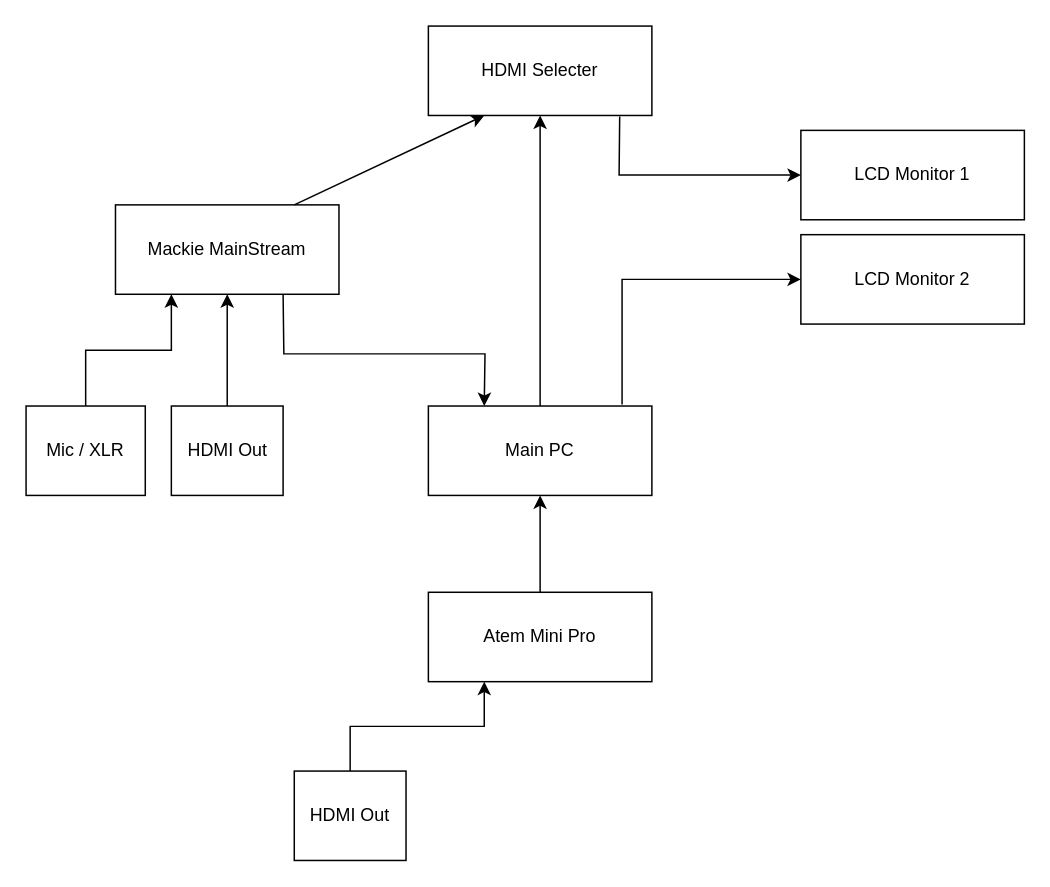
This is streaming_setting.drawio from hirofumihida/drowio-home, a draw.io file, before an edit. Source tidied: cells renumbered, new cells numbered last; positions are measured from the earlier drawing's top-left corner, leaving out a move shared by most shapes. Both pictures are drawn from the tidied source at 149%, with x=0, y=0 at pixel (25, 25).
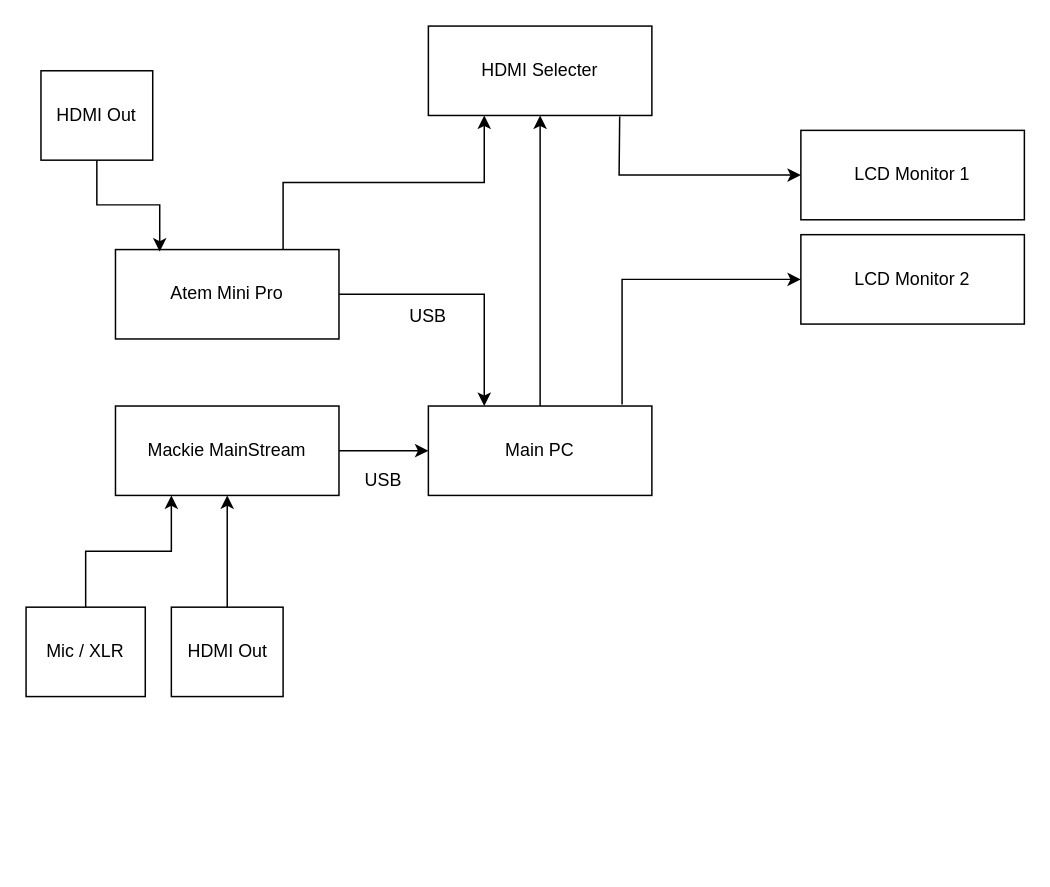
The same diagram, later.

The change refers to these unchanged cells:
```xml
<mxCell id="7" value="HDMI Selecter" style="rounded=0;whiteSpace=wrap;html=1;" parent="1" vertex="1">
  <mxGeometry x="270" width="150" height="60" as="geometry" />
</mxCell>
<mxCell id="11" value="Main PC" style="rounded=0;whiteSpace=wrap;html=1;" parent="1" vertex="1">
  <mxGeometry x="270" y="255" width="150" height="60" as="geometry" />
</mxCell>
```

Change to the diagram source:
```diff
@@
     <mxCell id="2" value="Mackie MainStream" style="rounded=0;whiteSpace=wrap;html=1;" parent="1" vertex="1">
-      <mxGeometry x="60" y="120" width="150" height="60" as="geometry" />
+      <mxGeometry x="60" y="255" width="150" height="60" as="geometry" />
     </mxCell>
@@
     <mxCell id="4" value="Mic / XLR" style="rounded=0;whiteSpace=wrap;html=1;" parent="1" vertex="1">
-      <mxGeometry y="255" width="80" height="60" as="geometry" />
+      <mxGeometry y="390" width="80" height="60" as="geometry" />
     </mxCell>
     <mxCell id="5" value="HDMI Out" style="rounded=0;whiteSpace=wrap;html=1;" parent="1" vertex="1">
-      <mxGeometry x="97.5" y="255" width="75" height="60" as="geometry" />
+      <mxGeometry x="97.5" y="390" width="75" height="60" as="geometry" />
     </mxCell>
@@
-    <mxCell id="8" style="endArrow=classic;html=1;rounded=0;entryX=0.25;entryY=1;entryDx=0;entryDy=0;" parent="1" edge="1" target="7">
-      <mxGeometry relative="1" as="geometry">
-        <mxPoint x="180" y="120" as="sourcePoint" />
-      </mxGeometry>
+    <mxCell id="8" style="endArrow=classic;html=1;rounded=0;entryX=0.25;entryY=1;entryDx=0;entryDy=0;exitX=0.75;exitY=0;exitDx=0;exitDy=0;edgeStyle=orthogonalEdgeStyle;" parent="1" edge="1" source="16" target="7">
+      <mxGeometry relative="1" as="geometry" />
     </mxCell>
@@
-    <mxCell id="13" style="endArrow=classic;html=1;rounded=0;exitX=0.75;exitY=1;exitDx=0;exitDy=0;entryX=0.25;entryY=0;entryDx=0;entryDy=0;" parent="1" edge="1" source="2" target="11">
-      <mxGeometry relative="1" as="geometry">
-        <Array as="points">
-          <mxPoint x="173" y="220" />
-          <mxPoint x="308" y="220" />
-        </Array>
-      </mxGeometry>
-    </mxCell>
@@
     <mxCell id="16" value="Atem Mini Pro" style="rounded=0;whiteSpace=wrap;html=1;" parent="1" vertex="1">
-      <mxGeometry x="270" y="380" width="150" height="60" as="geometry" />
+      <mxGeometry x="60" y="150" width="150" height="60" as="geometry" />
     </mxCell>
-    <mxCell id="17" style="edgeStyle=orthogonalEdgeStyle;rounded=0;jettySize=auto;html=1;entryX=0.25;entryY=1;entryDx=0;entryDy=0;exitX=0.5;exitY=0;exitDx=0;exitDy=0;" parent="1" edge="1" source="18" target="16">
+    <mxCell id="17" style="edgeStyle=orthogonalEdgeStyle;rounded=0;jettySize=auto;html=1;exitX=0.5;exitY=1;exitDx=0;exitDy=0;entryX=0.198;entryY=0.022;entryDx=0;entryDy=0;entryPerimeter=0;" parent="1" edge="1" source="18" target="16">
       <mxGeometry relative="1" as="geometry" />
     </mxCell>
     <mxCell id="18" value="HDMI Out" style="rounded=0;whiteSpace=wrap;html=1;" parent="1" vertex="1">
-      <mxGeometry x="180" y="500" width="75" height="60" as="geometry" />
+      <mxGeometry x="10" y="30" width="75" height="60" as="geometry" />
     </mxCell>
-    <mxCell id="19" style="endArrow=classic;html=1;rounded=0;entryX=0.5;entryY=1;entryDx=0;entryDy=0;exitX=0.5;exitY=0;exitDx=0;exitDy=0;" parent="1" edge="1" source="16" target="11">
+    <mxCell id="19" style="endArrow=classic;html=1;rounded=0;entryX=0.25;entryY=0;entryDx=0;entryDy=0;exitX=1;exitY=0.5;exitDx=0;exitDy=0;edgeStyle=orthogonalEdgeStyle;" parent="1" edge="1" source="16" target="11">
       <mxGeometry relative="1" as="geometry" />
     </mxCell>
+    <mxCell id="20" value="USB" style="text;html=1;align=center;verticalAlign=middle;whiteSpace=wrap;rounded=0;" parent="1" vertex="1">
+      <mxGeometry x="210" y="290" width="60" height="30" as="geometry" />
+    </mxCell>
+    <mxCell id="21" value="USB" style="text;html=1;align=center;verticalAlign=middle;whiteSpace=wrap;rounded=0;" parent="1" vertex="1">
+      <mxGeometry x="240" y="180" width="60" height="30" as="geometry" />
+    </mxCell>
+    <mxCell id="13" style="endArrow=classic;html=1;rounded=0;exitX=1;exitY=0.5;exitDx=0;exitDy=0;entryX=0;entryY=0.5;entryDx=0;entryDy=0;" parent="1" edge="1" source="2" target="11">
+      <mxGeometry relative="1" as="geometry" />
+    </mxCell>
```
